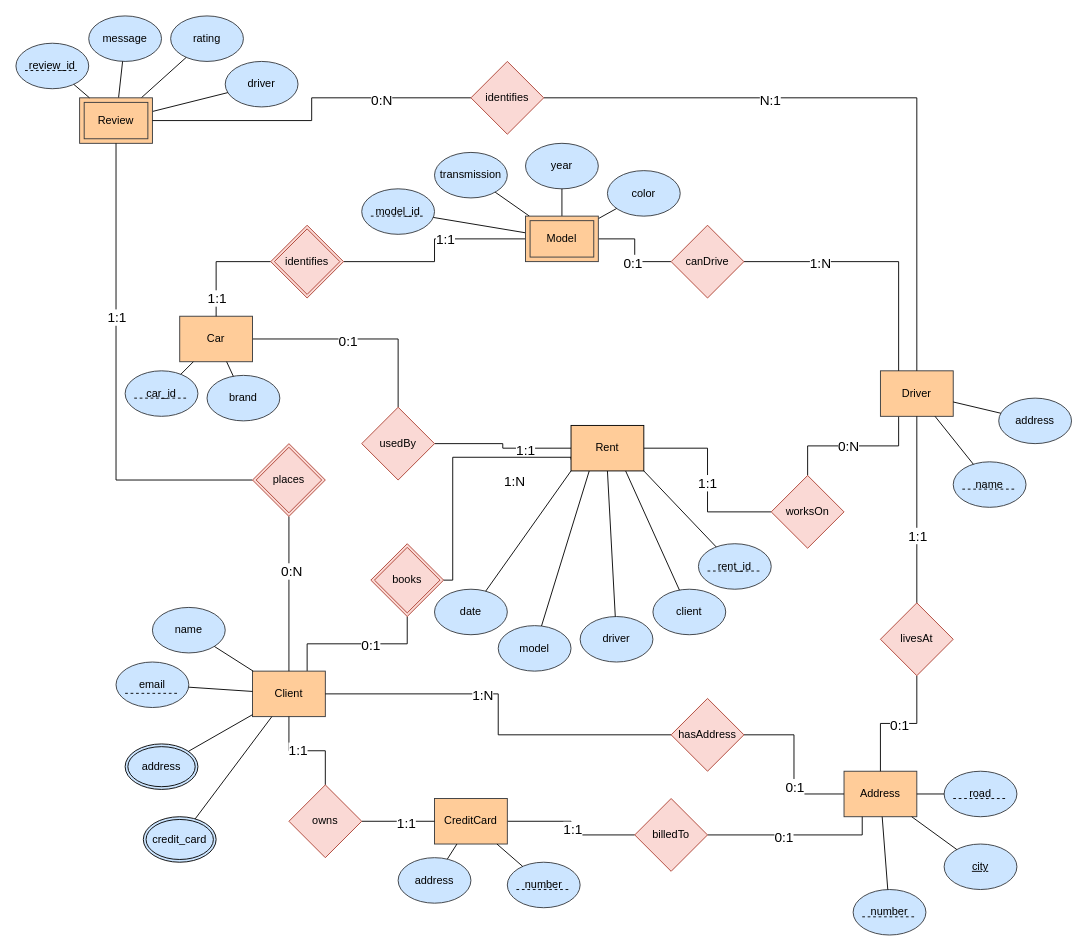
Before: 480-ER-Diagram.drawio in p-rinceS/CS-480-Project, a draw.io diagram. Source tidied: cells renumbered, new cells numbered last; positions are measured from the earlier drawing's top-left corner, leaving out a move shared by most shapes. Both pictures are drawn from the tidied source at 91%, with x=0, y=0 at pixel (15, 15).
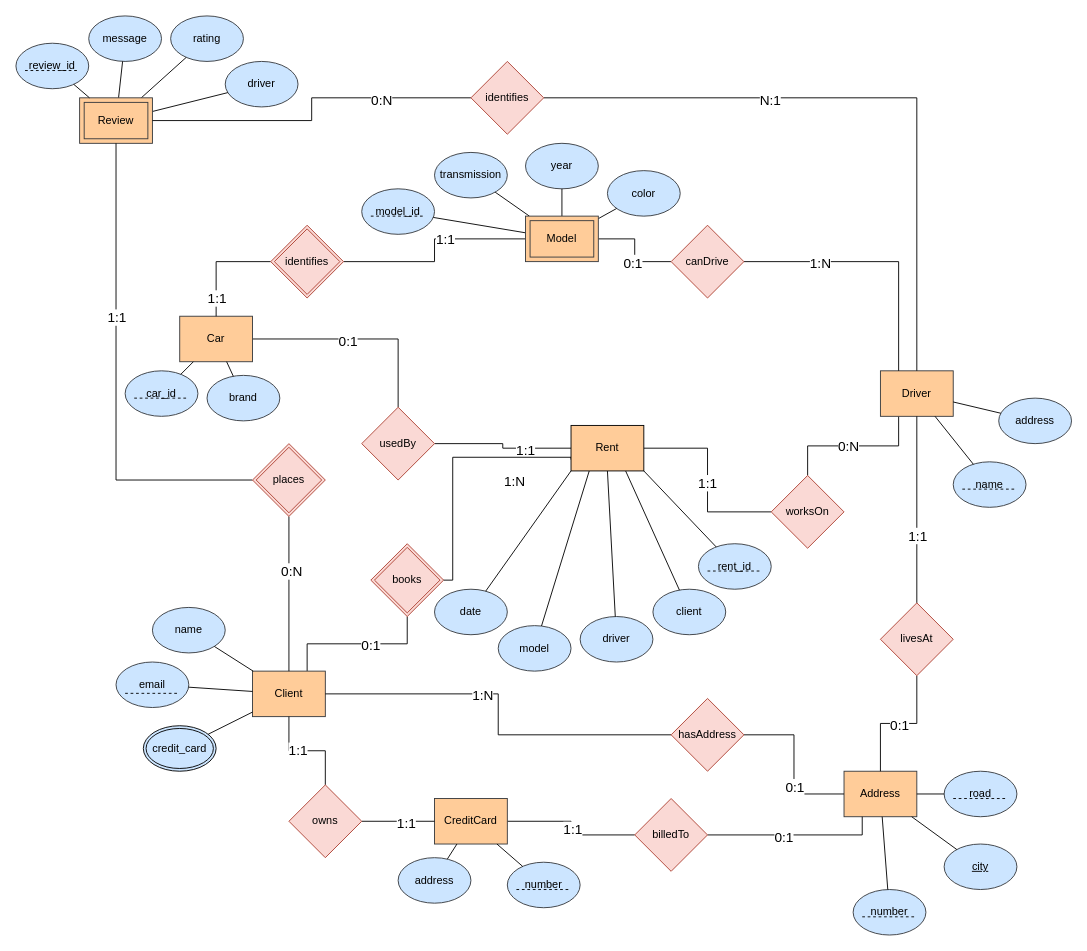
The same diagram, later.

Commit message:
Removed "address" attribute for 'Client'

Unchanged cells that the change refers to:
```xml
<mxCell id="4" value="Client" style="whiteSpace=wrap;html=1;fillColor=#ffcc99;strokeColor=#36393d;" parent="1" vertex="1">
  <mxGeometry x="260" y="720" width="80" height="50" as="geometry" />
</mxCell>
```

Change to the diagram source:
```diff
@@
-    <mxCell id="12" style="endArrow=none;html=1;rounded=0;" parent="1" edge="1" source="60" target="4">
-      <mxGeometry relative="1" as="geometry" />
-    </mxCell>
@@
-    <mxCell id="60" value="address" style="ellipse;shape=doubleEllipse;margin=3;whiteSpace=wrap;html=1;align=center;comic=0;strokeColor=default;verticalAlign=middle;fontFamily=Helvetica;fontSize=12;fontColor=default;fillColor=#cce5ff;" parent="1" vertex="1">
-      <mxGeometry x="120" y="800" width="80" height="50" as="geometry" />
-    </mxCell>
     <mxCell id="61" value="credit_card" style="ellipse;shape=doubleEllipse;margin=3;whiteSpace=wrap;html=1;align=center;comic=0;strokeColor=default;verticalAlign=middle;fontFamily=Helvetica;fontSize=12;fontColor=default;fillColor=#cce5ff;" parent="1" vertex="1">
-      <mxGeometry x="140" y="880" width="80" height="50" as="geometry" />
+      <mxGeometry x="140" y="780" width="80" height="50" as="geometry" />
     </mxCell>
```
